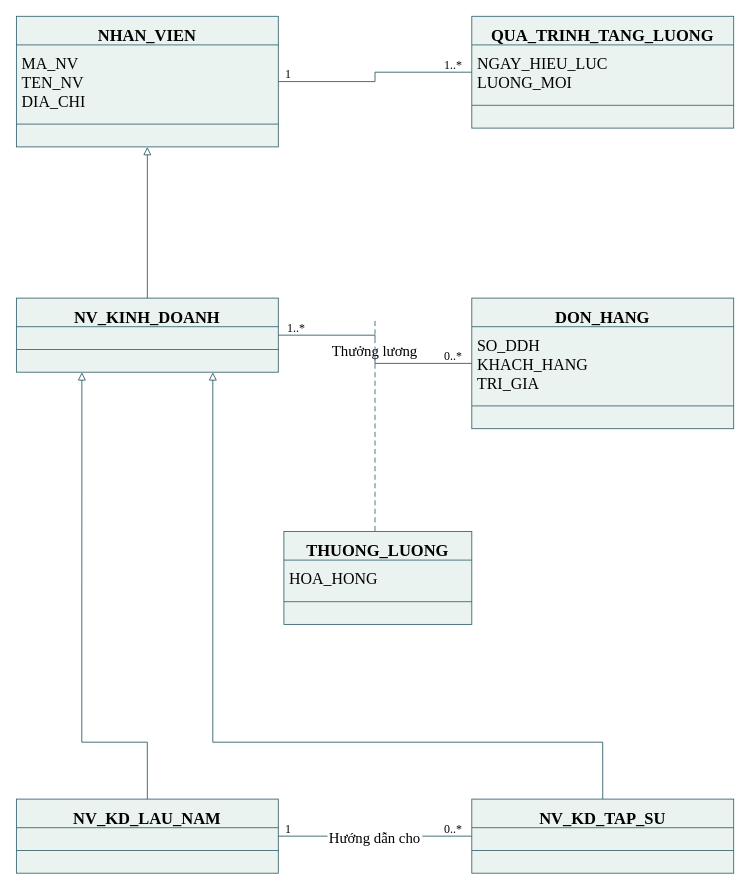
Before: LAB4/UML/12_BT_ClassNhanVienDonHang.drawio in kanishere55/LAB_AT_OOSD, a draw.io diagram. Source tidied: cells renumbered, new cells numbered last; positions are measured from the earlier drawing's top-left corner, leaving out a move shared by most shapes. Both pictures are drawn from the tidied source at 100%, with x=0, y=0 at pixel (16, 16).
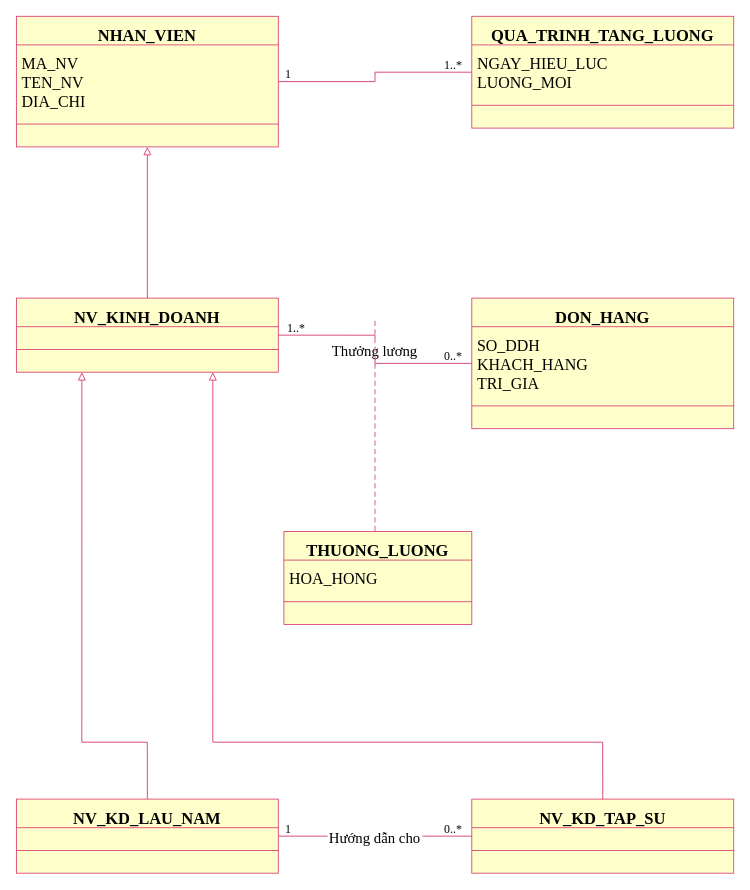
The same diagram, later.

Unchanged cells that the change refers to:
```xml
<mxCell id="2" style="group;html=0;" parent="1" vertex="1">
  <mxGeometry x="-0.1" y="-0.2" width="261.9" height="130.6" as="geometry" />
</mxCell>
<mxCell id="8" style="group;html=0;" parent="1" vertex="1">
  <mxGeometry x="455.3" y="-0.2" width="261.9" height="111.8" as="geometry" />
</mxCell>
<mxCell id="14" style="group;html=0;" parent="1" vertex="1">
  <mxGeometry x="-0.1" y="281.6" width="261.9" height="74.1" as="geometry" />
</mxCell>
<mxCell id="19" style="group;html=0;" parent="1" vertex="1">
  <mxGeometry x="455.3" y="281.6" width="261.9" height="130.6" as="geometry" />
</mxCell>
<mxCell id="25" style="group;html=0;" parent="1" vertex="1">
  <mxGeometry x="267.4" y="515" width="187.9" height="92.9" as="geometry" />
</mxCell>
<mxCell id="31" style="group;html=0;" parent="1" vertex="1">
  <mxGeometry x="-0.1" y="782.6" width="261.9" height="74.1" as="geometry" />
</mxCell>
<mxCell id="36" style="group;html=0;" parent="1" vertex="1">
  <mxGeometry x="455.3" y="782.6" width="261.9" height="74.1" as="geometry" />
</mxCell>
```

What changed in the source:
```diff
@@
-    <mxCell id="3" style="rounded=0;arcSize=12;html=0;fillColor=#eaf3ef;strokeColor=#35626d;strokeWidth=0.854;" parent="2" vertex="1">
+    <mxCell id="3" style="rounded=0;arcSize=12;html=0;fillColor=#ffffcc;strokeColor=#d83d70;strokeWidth=0.854;" parent="2" vertex="1">
       <mxGeometry width="261.9" height="130.6" as="geometry" />
     </mxCell>
@@
-    <mxCell id="5" style="edgeStyle=none;noEdgeStyle=1;rounded=0;strokeColor=#35626d;strokeWidth=0.854;endArrow=none;startArrow=none;" parent="2" edge="1">
+    <mxCell id="5" style="edgeStyle=none;noEdgeStyle=1;rounded=0;strokeColor=#d83d70;strokeWidth=0.854;endArrow=none;startArrow=none;" parent="2" edge="1">
       <mxGeometry relative="1" as="geometry">
         <mxPoint y="28.6" as="sourcePoint" />
         <mxPoint x="261.9" y="28.6" as="targetPoint" />
       </mxGeometry>
     </mxCell>
@@
-    <mxCell id="7" style="edgeStyle=none;noEdgeStyle=1;rounded=0;strokeColor=#35626d;strokeWidth=0.854;endArrow=none;startArrow=none;" parent="2" edge="1">
+    <mxCell id="7" style="edgeStyle=none;noEdgeStyle=1;rounded=0;strokeColor=#d83d70;strokeWidth=0.854;endArrow=none;startArrow=none;" parent="2" edge="1">
       <mxGeometry relative="1" as="geometry">
         <mxPoint y="107.8" as="sourcePoint" />
         <mxPoint x="261.9" y="107.8" as="targetPoint" />
       </mxGeometry>
     </mxCell>
@@
-    <mxCell id="9" style="rounded=0;arcSize=12;html=0;fillColor=#eaf3ef;strokeColor=#35626d;strokeWidth=0.854;" parent="8" vertex="1">
+    <mxCell id="9" style="rounded=0;arcSize=12;html=0;fillColor=#ffffcc;strokeColor=#d83d70;strokeWidth=0.854;" parent="8" vertex="1">
       <mxGeometry width="261.9" height="111.8" as="geometry" />
     </mxCell>
@@
-    <mxCell id="11" style="edgeStyle=none;noEdgeStyle=1;rounded=0;strokeColor=#35626d;strokeWidth=0.854;endArrow=none;startArrow=none;" parent="8" edge="1">
+    <mxCell id="11" style="edgeStyle=none;noEdgeStyle=1;rounded=0;strokeColor=#d83d70;strokeWidth=0.854;endArrow=none;startArrow=none;" parent="8" edge="1">
       <mxGeometry relative="1" as="geometry">
         <mxPoint y="28.6" as="sourcePoint" />
         <mxPoint x="261.9" y="28.6" as="targetPoint" />
       </mxGeometry>
     </mxCell>
@@
-    <mxCell id="13" style="edgeStyle=none;noEdgeStyle=1;rounded=0;strokeColor=#35626d;strokeWidth=0.854;endArrow=none;startArrow=none;" parent="8" edge="1">
+    <mxCell id="13" style="edgeStyle=none;noEdgeStyle=1;rounded=0;strokeColor=#d83d70;strokeWidth=0.854;endArrow=none;startArrow=none;" parent="8" edge="1">
       <mxGeometry relative="1" as="geometry">
         <mxPoint y="89" as="sourcePoint" />
         <mxPoint x="261.9" y="89" as="targetPoint" />
       </mxGeometry>
     </mxCell>
@@
-    <mxCell id="15" style="rounded=0;arcSize=12;html=0;fillColor=#eaf3ef;strokeColor=#35626d;strokeWidth=0.854;" parent="14" vertex="1">
+    <mxCell id="15" style="rounded=0;arcSize=12;html=0;fillColor=#ffffcc;strokeColor=#d83d70;strokeWidth=0.854;" parent="14" vertex="1">
       <mxGeometry width="261.9" height="74.1" as="geometry" />
     </mxCell>
@@
-    <mxCell id="17" style="edgeStyle=none;noEdgeStyle=1;rounded=0;strokeColor=#35626d;strokeWidth=0.854;endArrow=none;startArrow=none;" parent="14" edge="1">
+    <mxCell id="17" style="edgeStyle=none;noEdgeStyle=1;rounded=0;strokeColor=#d83d70;strokeWidth=0.854;endArrow=none;startArrow=none;" parent="14" edge="1">
       <mxGeometry relative="1" as="geometry">
         <mxPoint y="28.6" as="sourcePoint" />
         <mxPoint x="261.9" y="28.6" as="targetPoint" />
       </mxGeometry>
     </mxCell>
-    <mxCell id="18" style="edgeStyle=none;noEdgeStyle=1;rounded=0;strokeColor=#35626d;strokeWidth=0.854;endArrow=none;startArrow=none;" parent="14" edge="1">
+    <mxCell id="18" style="edgeStyle=none;noEdgeStyle=1;rounded=0;strokeColor=#d83d70;strokeWidth=0.854;endArrow=none;startArrow=none;" parent="14" edge="1">
       <mxGeometry relative="1" as="geometry">
         <mxPoint y="51.4" as="sourcePoint" />
         <mxPoint x="261.9" y="51.4" as="targetPoint" />
       </mxGeometry>
     </mxCell>
@@
-    <mxCell id="20" style="rounded=0;arcSize=12;html=0;fillColor=#eaf3ef;strokeColor=#35626d;strokeWidth=0.854;" parent="19" vertex="1">
+    <mxCell id="20" style="rounded=0;arcSize=12;html=0;fillColor=#ffffcc;strokeColor=#d83d70;strokeWidth=0.854;" parent="19" vertex="1">
       <mxGeometry width="261.9" height="130.6" as="geometry" />
     </mxCell>
@@
-    <mxCell id="22" style="edgeStyle=none;noEdgeStyle=1;rounded=0;strokeColor=#35626d;strokeWidth=0.854;endArrow=none;startArrow=none;" parent="19" edge="1">
+    <mxCell id="22" style="edgeStyle=none;noEdgeStyle=1;rounded=0;strokeColor=#d83d70;strokeWidth=0.854;endArrow=none;startArrow=none;" parent="19" edge="1">
       <mxGeometry relative="1" as="geometry">
         <mxPoint y="28.6" as="sourcePoint" />
         <mxPoint x="261.9" y="28.6" as="targetPoint" />
       </mxGeometry>
     </mxCell>
@@
-    <mxCell id="24" style="edgeStyle=none;noEdgeStyle=1;rounded=0;strokeColor=#35626d;strokeWidth=0.854;endArrow=none;startArrow=none;" parent="19" edge="1">
+    <mxCell id="24" style="edgeStyle=none;noEdgeStyle=1;rounded=0;strokeColor=#d83d70;strokeWidth=0.854;endArrow=none;startArrow=none;" parent="19" edge="1">
       <mxGeometry relative="1" as="geometry">
         <mxPoint y="107.8" as="sourcePoint" />
         <mxPoint x="261.9" y="107.8" as="targetPoint" />
       </mxGeometry>
     </mxCell>
@@
-    <mxCell id="26" style="rounded=0;arcSize=12;html=0;fillColor=#eaf3ef;strokeColor=#35626d;strokeWidth=0.854;" parent="25" vertex="1">
+    <mxCell id="26" style="rounded=0;arcSize=12;html=0;fillColor=#ffffcc;strokeColor=#d83d70;strokeWidth=0.854;" parent="25" vertex="1">
       <mxGeometry width="187.9" height="92.9" as="geometry" />
     </mxCell>
@@
-    <mxCell id="28" style="edgeStyle=none;noEdgeStyle=1;rounded=0;strokeColor=#35626d;strokeWidth=0.854;endArrow=none;startArrow=none;" parent="25" edge="1">
+    <mxCell id="28" style="edgeStyle=none;noEdgeStyle=1;rounded=0;strokeColor=#d83d70;strokeWidth=0.854;endArrow=none;startArrow=none;" parent="25" edge="1">
       <mxGeometry relative="1" as="geometry">
         <mxPoint y="28.6" as="sourcePoint" />
         <mxPoint x="187.9" y="28.6" as="targetPoint" />
       </mxGeometry>
     </mxCell>
@@
-    <mxCell id="30" style="edgeStyle=none;noEdgeStyle=1;rounded=0;strokeColor=#35626d;strokeWidth=0.854;endArrow=none;startArrow=none;" parent="25" edge="1">
+    <mxCell id="30" style="edgeStyle=none;noEdgeStyle=1;rounded=0;strokeColor=#d83d70;strokeWidth=0.854;endArrow=none;startArrow=none;" parent="25" edge="1">
       <mxGeometry relative="1" as="geometry">
         <mxPoint y="70.2" as="sourcePoint" />
         <mxPoint x="187.9" y="70.2" as="targetPoint" />
       </mxGeometry>
     </mxCell>
@@
-    <mxCell id="32" style="rounded=0;arcSize=12;html=0;fillColor=#eaf3ef;strokeColor=#35626d;strokeWidth=0.854;" parent="31" vertex="1">
+    <mxCell id="32" style="rounded=0;arcSize=12;html=0;fillColor=#ffffcc;strokeColor=#d83d70;strokeWidth=0.854;" parent="31" vertex="1">
       <mxGeometry width="261.9" height="74.1" as="geometry" />
     </mxCell>
@@
-    <mxCell id="34" style="edgeStyle=none;noEdgeStyle=1;rounded=0;strokeColor=#35626d;strokeWidth=0.854;endArrow=none;startArrow=none;" parent="31" edge="1">
+    <mxCell id="34" style="edgeStyle=none;noEdgeStyle=1;rounded=0;strokeColor=#d83d70;strokeWidth=0.854;endArrow=none;startArrow=none;" parent="31" edge="1">
       <mxGeometry relative="1" as="geometry">
         <mxPoint y="28.6" as="sourcePoint" />
         <mxPoint x="261.9" y="28.6" as="targetPoint" />
       </mxGeometry>
     </mxCell>
-    <mxCell id="35" style="edgeStyle=none;noEdgeStyle=1;rounded=0;strokeColor=#35626d;strokeWidth=0.854;endArrow=none;startArrow=none;" parent="31" edge="1">
+    <mxCell id="35" style="edgeStyle=none;noEdgeStyle=1;rounded=0;strokeColor=#d83d70;strokeWidth=0.854;endArrow=none;startArrow=none;" parent="31" edge="1">
       <mxGeometry relative="1" as="geometry">
         <mxPoint y="51.4" as="sourcePoint" />
         <mxPoint x="261.9" y="51.4" as="targetPoint" />
       </mxGeometry>
     </mxCell>
@@
-    <mxCell id="37" style="rounded=0;arcSize=12;html=0;fillColor=#eaf3ef;strokeColor=#35626d;strokeWidth=0.854;" parent="36" vertex="1">
+    <mxCell id="37" style="rounded=0;arcSize=12;html=0;fillColor=#ffffcc;strokeColor=#d83d70;strokeWidth=0.854;" parent="36" vertex="1">
       <mxGeometry width="261.9" height="74.1" as="geometry" />
     </mxCell>
@@
-    <mxCell id="39" style="edgeStyle=none;noEdgeStyle=1;rounded=0;strokeColor=#35626d;strokeWidth=0.854;endArrow=none;startArrow=none;" parent="36" edge="1">
+    <mxCell id="39" style="edgeStyle=none;noEdgeStyle=1;rounded=0;strokeColor=#d83d70;strokeWidth=0.854;endArrow=none;startArrow=none;" parent="36" edge="1">
       <mxGeometry relative="1" as="geometry">
         <mxPoint y="28.6" as="sourcePoint" />
         <mxPoint x="261.9" y="28.6" as="targetPoint" />
       </mxGeometry>
     </mxCell>
-    <mxCell id="40" style="edgeStyle=none;noEdgeStyle=1;rounded=0;strokeColor=#35626d;strokeWidth=0.854;endArrow=none;startArrow=none;" parent="36" edge="1">
+    <mxCell id="40" style="edgeStyle=none;noEdgeStyle=1;rounded=0;strokeColor=#d83d70;strokeWidth=0.854;endArrow=none;startArrow=none;" parent="36" edge="1">
       <mxGeometry relative="1" as="geometry">
         <mxPoint y="51.4" as="sourcePoint" />
         <mxPoint x="261.9" y="51.4" as="targetPoint" />
       </mxGeometry>
     </mxCell>
-    <mxCell id="41" style="edgeStyle=none;noEdgeStyle=1;rounded=0;jumpStyle=arc;jumpSize=6;strokeColor=#35626d;strokeWidth=0.911;endArrow=none;endFill=0;startArrow=none;startFill=1;exitX=1.0;exitY=0.5;exitPerimeter=0;entryX=0.0;entryY=0.5;entryPerimeter=0;" parent="1" edge="1" source="2" target="8">
+    <mxCell id="41" style="edgeStyle=none;noEdgeStyle=1;rounded=0;jumpStyle=arc;jumpSize=6;strokeColor=#d83d70;strokeWidth=0.911;endArrow=none;endFill=0;startArrow=none;startFill=1;exitX=1.0;exitY=0.5;exitPerimeter=0;entryX=0.0;entryY=0.5;entryPerimeter=0;" parent="1" edge="1" source="2" target="8">
       <mxGeometry relative="1" as="geometry">
         <Array as="points">
           <mxPoint x="358.5" y="65.1" />
           <mxPoint x="358.5" y="55.7" />
         </Array>
       </mxGeometry>
     </mxCell>
@@
-    <mxCell id="44" style="edgeStyle=none;noEdgeStyle=1;rounded=0;jumpStyle=arc;jumpSize=6;strokeColor=#35626d;strokeWidth=0.911;endArrow=none;endFill=0;startArrow=none;startFill=1;exitX=1.0;exitY=0.5000000000000001;exitPerimeter=0;entryX=0.0;entryY=0.4999999999999999;entryPerimeter=0;" parent="1" edge="1" source="14" target="19">
+    <mxCell id="44" style="edgeStyle=none;noEdgeStyle=1;rounded=0;jumpStyle=arc;jumpSize=6;strokeColor=#d83d70;strokeWidth=0.911;endArrow=none;endFill=0;startArrow=none;startFill=1;exitX=1.0;exitY=0.5000000000000001;exitPerimeter=0;entryX=0.0;entryY=0.4999999999999999;entryPerimeter=0;" parent="1" edge="1" source="14" target="19">
       <mxGeometry relative="1" as="geometry">
         <Array as="points">
           <mxPoint x="358.5" y="318.7" />
           <mxPoint x="358.5" y="346.9" />
         </Array>
       </mxGeometry>
     </mxCell>
@@
-    <mxCell id="48" style="edgeStyle=none;noEdgeStyle=1;rounded=0;strokeColor=#35626d;strokeWidth=0.854;endArrow=none;startArrow=none;dashed=1;dashPattern=6 4;" parent="1" edge="1">
+    <mxCell id="48" style="edgeStyle=none;noEdgeStyle=1;rounded=0;strokeColor=#d83d70;strokeWidth=0.854;endArrow=none;startArrow=none;dashed=1;dashPattern=6 4;" parent="1" edge="1">
       <mxGeometry relative="1" as="geometry">
         <mxPoint x="358.5" y="304.4" as="sourcePoint" />
         <mxPoint x="358.5" y="515" as="targetPoint" />
       </mxGeometry>
     </mxCell>
-    <mxCell id="49" style="edgeStyle=none;noEdgeStyle=1;rounded=0;jumpStyle=arc;jumpSize=6;strokeColor=#35626d;strokeWidth=0.911;endArrow=block;endFill=0;startArrow=none;startFill=1;exitX=0.5;exitY=0.0;exitPerimeter=0;entryX=0.5;entryY=1.0;entryPerimeter=0;" parent="1" edge="1" source="14" target="2">
+    <mxCell id="49" style="edgeStyle=none;noEdgeStyle=1;rounded=0;jumpStyle=arc;jumpSize=6;strokeColor=#d83d70;strokeWidth=0.911;endArrow=block;endFill=0;startArrow=none;startFill=1;exitX=0.5;exitY=0.0;exitPerimeter=0;entryX=0.5;entryY=1.0;entryPerimeter=0;" parent="1" edge="1" source="14" target="2">
       <mxGeometry relative="1" as="geometry" />
     </mxCell>
-    <mxCell id="50" style="edgeStyle=none;noEdgeStyle=1;rounded=0;jumpStyle=arc;jumpSize=6;strokeColor=#35626d;strokeWidth=0.911;endArrow=block;endFill=0;startArrow=none;startFill=1;exitX=0.5;exitY=0.0;exitPerimeter=0;entryX=0.25;entryY=1.0000000000000002;entryPerimeter=0;" parent="1" edge="1" source="31" target="14">
+    <mxCell id="50" style="edgeStyle=none;noEdgeStyle=1;rounded=0;jumpStyle=arc;jumpSize=6;strokeColor=#d83d70;strokeWidth=0.911;endArrow=block;endFill=0;startArrow=none;startFill=1;exitX=0.5;exitY=0.0;exitPerimeter=0;entryX=0.25;entryY=1.0000000000000002;entryPerimeter=0;" parent="1" edge="1" source="31" target="14">
       <mxGeometry relative="1" as="geometry">
         <Array as="points">
           <mxPoint x="130.8" y="725.7" />
           <mxPoint x="65.3" y="725.7" />
         </Array>
       </mxGeometry>
     </mxCell>
-    <mxCell id="51" style="edgeStyle=none;noEdgeStyle=1;rounded=0;jumpStyle=arc;jumpSize=6;strokeColor=#35626d;strokeWidth=0.911;endArrow=block;endFill=0;startArrow=none;startFill=1;exitX=0.5;exitY=0.0;exitPerimeter=0;entryX=0.75;entryY=1.0000000000000002;entryPerimeter=0;" parent="1" edge="1" source="36" target="14">
+    <mxCell id="51" style="edgeStyle=none;noEdgeStyle=1;rounded=0;jumpStyle=arc;jumpSize=6;strokeColor=#d83d70;strokeWidth=0.911;endArrow=block;endFill=0;startArrow=none;startFill=1;exitX=0.5;exitY=0.0;exitPerimeter=0;entryX=0.75;entryY=1.0000000000000002;entryPerimeter=0;" parent="1" edge="1" source="36" target="14">
       <mxGeometry relative="1" as="geometry">
         <Array as="points">
           <mxPoint x="586.2" y="725.7" />
           <mxPoint x="196.3" y="725.7" />
         </Array>
       </mxGeometry>
     </mxCell>
-    <mxCell id="52" style="edgeStyle=none;noEdgeStyle=1;rounded=0;jumpStyle=arc;jumpSize=6;strokeColor=#35626d;strokeWidth=0.911;endArrow=none;endFill=0;startArrow=none;startFill=1;exitX=1.0;exitY=0.4999999999999992;exitPerimeter=0;entryX=0.0;entryY=0.4999999999999992;entryPerimeter=0;" parent="1" edge="1" source="31" target="36">
+    <mxCell id="52" style="edgeStyle=none;noEdgeStyle=1;rounded=0;jumpStyle=arc;jumpSize=6;strokeColor=#d83d70;strokeWidth=0.911;endArrow=none;endFill=0;startArrow=none;startFill=1;exitX=1.0;exitY=0.4999999999999992;exitPerimeter=0;entryX=0.0;entryY=0.4999999999999992;entryPerimeter=0;" parent="1" edge="1" source="31" target="36">
       <mxGeometry relative="1" as="geometry" />
     </mxCell>
```
